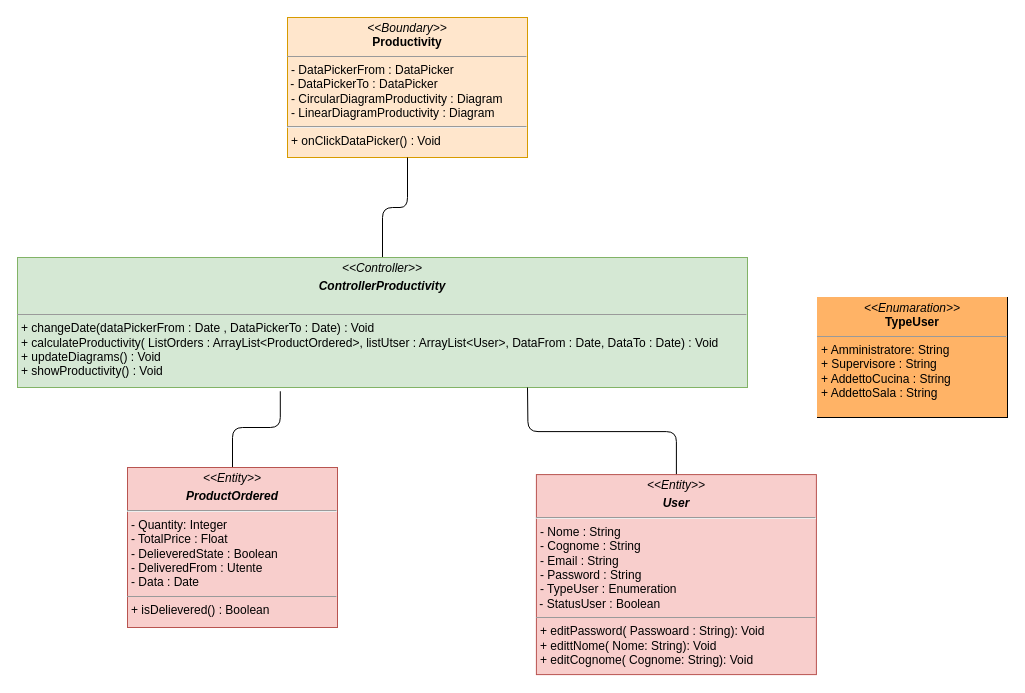
This is page "VisualizzaProduttività" (3 of 8) of Documentazione/Class Diagram/Class Diagram.drawio from Chriss1618/ProgettoINGSW, a draw.io file, before an edit. Source tidied: cells renumbered, new cells numbered last; positions are measured from the earlier drawing's top-left corner, leaving out a move shared by most shapes. Both pictures are drawn from the tidied source at 100%, with x=0, y=0 at pixel (17, 17).
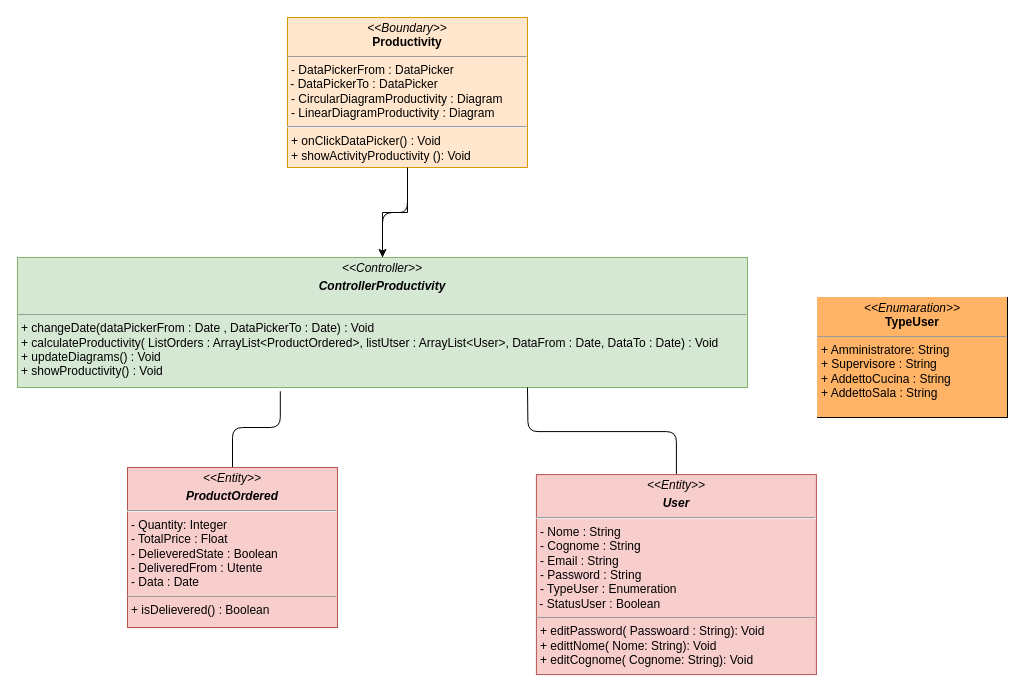
The same page after the edit.

Commit message (it also covers changes not shown here):
Aggiusto 2 al class diagram :)

Diff of the diagram source:
```diff
@@
 <mxGraphModel>
   <root>
     <mxCell id="0" />
     <mxCell id="1" parent="0" />
+    <mxCell id="10" style="edgeStyle=orthogonalEdgeStyle;rounded=0;jettySize=auto;html=1;" parent="1" edge="1" source="2" target="4">
+      <mxGeometry relative="1" as="geometry" />
+    </mxCell>
-    <mxCell id="2" value="&lt;p style=&quot;margin:0px;margin-top:4px;text-align:center;&quot;&gt;&lt;i&gt;&amp;lt;&amp;lt;Boundary&amp;gt;&amp;gt;&lt;/i&gt;&lt;br&gt;&lt;b&gt;Productivity&lt;/b&gt;&lt;/p&gt;&lt;hr size=&quot;1&quot;&gt;&lt;p style=&quot;margin:0px;margin-left:4px;&quot;&gt;- DataPickerFrom : DataPicker&lt;/p&gt;&amp;nbsp;- DataPicker&lt;span style=&quot;background-color: initial;&quot;&gt;To : DataPicker&lt;/span&gt;&lt;br&gt;&lt;p style=&quot;margin:0px;margin-left:4px;&quot;&gt;- CircularDiagramProductivity : Diagram&amp;nbsp;&lt;/p&gt;&lt;p style=&quot;margin:0px;margin-left:4px;&quot;&gt;- LinearDiagramProductivity : Diagram&amp;nbsp;&lt;br&gt;&lt;/p&gt;&lt;hr&gt;&lt;p style=&quot;margin:0px;margin-left:4px;&quot;&gt;&lt;/p&gt;&lt;p style=&quot;margin:0px;margin-left:4px;&quot;&gt;+ onClickDataPicker() : Void&lt;/p&gt;" style="verticalAlign=top;align=left;overflow=fill;fontSize=12;fontFamily=Helvetica;html=1;fillColor=#ffe6cc;strokeColor=#d79b00;" parent="1" vertex="1">
-      <mxGeometry x="270" width="240" height="140" as="geometry" />
+    <mxCell id="2" value="&lt;p style=&quot;margin:0px;margin-top:4px;text-align:center;&quot;&gt;&lt;i&gt;&amp;lt;&amp;lt;Boundary&amp;gt;&amp;gt;&lt;/i&gt;&lt;br&gt;&lt;b&gt;Productivity&lt;/b&gt;&lt;/p&gt;&lt;hr size=&quot;1&quot;&gt;&lt;p style=&quot;margin:0px;margin-left:4px;&quot;&gt;- DataPickerFrom : DataPicker&lt;/p&gt;&amp;nbsp;- DataPicker&lt;span style=&quot;background-color: initial;&quot;&gt;To : DataPicker&lt;/span&gt;&lt;br&gt;&lt;p style=&quot;margin:0px;margin-left:4px;&quot;&gt;- CircularDiagramProductivity : Diagram&amp;nbsp;&lt;/p&gt;&lt;p style=&quot;margin:0px;margin-left:4px;&quot;&gt;- LinearDiagramProductivity : Diagram&amp;nbsp;&lt;br&gt;&lt;/p&gt;&lt;hr&gt;&lt;p style=&quot;margin:0px;margin-left:4px;&quot;&gt;&lt;/p&gt;&lt;p style=&quot;margin:0px;margin-left:4px;&quot;&gt;+ onClickDataPicker() : Void&lt;/p&gt;&lt;p style=&quot;margin:0px;margin-left:4px;&quot;&gt;+ showActivityProductivity (): Void&lt;br&gt;&lt;/p&gt;" style="verticalAlign=top;align=left;overflow=fill;fontSize=12;fontFamily=Helvetica;html=1;fillColor=#ffe6cc;strokeColor=#d79b00;" parent="1" vertex="1">
+      <mxGeometry x="270" width="240" height="150" as="geometry" />
     </mxCell>
     <mxCell id="3" style="edgeStyle=orthogonalEdgeStyle;rounded=1;jettySize=auto;html=1;exitX=0.5;exitY=0;exitDx=0;exitDy=0;entryX=0.5;entryY=1;entryDx=0;entryDy=0;endArrow=none;endFill=0;" parent="1" edge="1" source="4" target="2">
       <mxGeometry relative="1" as="geometry" />
     </mxCell>
     <mxCell id="4" value="&lt;p style=&quot;margin:0px;margin-top:4px;text-align:center;&quot;&gt;&lt;i&gt;&amp;lt;&amp;lt;Controller&amp;gt;&amp;gt;&lt;/i&gt;&lt;br&gt;&lt;/p&gt;&lt;p style=&quot;margin:0px;margin-top:4px;text-align:center;&quot;&gt;&lt;i&gt;&lt;b&gt;ControllerProductivity&lt;/b&gt;&lt;/i&gt;&lt;/p&gt;&lt;br&gt;&lt;hr size=&quot;1&quot;&gt;&lt;p style=&quot;margin:0px;margin-left:4px;&quot;&gt;&lt;span style=&quot;background-color: initial;&quot;&gt;+ changeDate(dataPickerFrom : Date , DataPickerTo : Date) : Void&lt;/span&gt;&lt;/p&gt;&lt;p style=&quot;margin:0px;margin-left:4px;&quot;&gt;+ calculateProductivity( ListOrders : ArrayList&amp;lt;ProductOrdered&amp;gt;, listUtser : ArrayList&amp;lt;User&amp;gt;, DataFrom : Date, DataTo : Date) : Void&lt;span style=&quot;background-color: initial;&quot;&gt;&lt;br&gt;&lt;/span&gt;&lt;/p&gt;&lt;p style=&quot;margin:0px;margin-left:4px;&quot;&gt;+ updateDiagrams() : Void&lt;br&gt;&lt;/p&gt;&lt;p style=&quot;margin:0px;margin-left:4px;&quot;&gt;+ showProductivity() : Void&lt;/p&gt;" style="verticalAlign=top;align=left;overflow=fill;fontSize=12;fontFamily=Helvetica;html=1;fillColor=#d5e8d4;strokeColor=#82b366;" parent="1" vertex="1">
       <mxGeometry y="240" width="730" height="130" as="geometry" />
     </mxCell>
     <mxCell id="5" style="edgeStyle=orthogonalEdgeStyle;rounded=1;jettySize=auto;html=1;exitX=0.5;exitY=0;exitDx=0;exitDy=0;entryX=0.36;entryY=1.029;entryDx=0;entryDy=0;entryPerimeter=0;endArrow=none;endFill=0;" parent="1" edge="1" source="6" target="4">
       <mxGeometry relative="1" as="geometry" />
     </mxCell>
     <mxCell id="6" value="&lt;p style=&quot;margin:0px;margin-top:4px;text-align:center;&quot;&gt;&lt;i&gt;&amp;lt;&amp;lt;Entity&amp;gt;&amp;gt;&lt;/i&gt;&lt;br&gt;&lt;/p&gt;&lt;p style=&quot;margin:0px;margin-top:4px;text-align:center;&quot;&gt;&lt;b&gt;&lt;i&gt;ProductOrdered&lt;/i&gt;&lt;/b&gt;&lt;/p&gt;&lt;hr&gt;&lt;p style=&quot;margin:0px;margin-left:4px;&quot;&gt;- Quantity: Integer&lt;/p&gt;&lt;p style=&quot;margin:0px;margin-left:4px;&quot;&gt;- TotalPrice : Float&lt;/p&gt;&lt;p style=&quot;margin:0px;margin-left:4px;&quot;&gt;- DelieveredState : Boolean&lt;/p&gt;&lt;p style=&quot;margin:0px;margin-left:4px;&quot;&gt;- DeliveredFrom : Utente&lt;/p&gt;&lt;p style=&quot;margin:0px;margin-left:4px;&quot;&gt;- Data : Date&lt;/p&gt;&lt;hr size=&quot;1&quot;&gt;&lt;p style=&quot;margin:0px;margin-left:4px;&quot;&gt;+ isDelievered() : Boolean&lt;br&gt;&lt;/p&gt;" style="verticalAlign=top;align=left;overflow=fill;fontSize=12;fontFamily=Helvetica;html=1;fillColor=#f8cecc;strokeColor=#b85450;" parent="1" vertex="1">
       <mxGeometry x="110" y="450" width="210" height="160" as="geometry" />
     </mxCell>
     <mxCell id="7" style="edgeStyle=orthogonalEdgeStyle;rounded=1;jettySize=auto;html=1;exitX=0.5;exitY=0;exitDx=0;exitDy=0;entryX=0.784;entryY=1.022;entryDx=0;entryDy=0;entryPerimeter=0;endArrow=none;endFill=0;" parent="1" edge="1" source="8">
       <mxGeometry relative="1" as="geometry">
         <mxPoint x="510" y="370" as="targetPoint" />
       </mxGeometry>
     </mxCell>
     <mxCell id="8" value="&lt;p style=&quot;margin:0px;margin-top:4px;text-align:center;&quot;&gt;&lt;i&gt;&amp;lt;&amp;lt;Entity&amp;gt;&amp;gt;&lt;/i&gt;&lt;br&gt;&lt;/p&gt;&lt;p style=&quot;margin:0px;margin-top:4px;text-align:center;&quot;&gt;&lt;i&gt;&lt;b&gt;User&lt;/b&gt;&lt;/i&gt;&lt;/p&gt;&lt;hr&gt;&lt;p style=&quot;margin:0px;margin-left:4px;&quot;&gt;- Nome : String&lt;br&gt;&lt;/p&gt;&lt;p style=&quot;margin:0px;margin-left:4px;&quot;&gt;- Cognome : String&lt;/p&gt;&lt;p style=&quot;margin:0px;margin-left:4px;&quot;&gt;- Email : String&lt;/p&gt;&lt;p style=&quot;margin:0px;margin-left:4px;&quot;&gt;- Password : String&lt;/p&gt;&lt;p style=&quot;margin:0px;margin-left:4px;&quot;&gt;- TypeUser : Enumeration&lt;/p&gt;&amp;nbsp;- StatusUser : Boolean&lt;br&gt;&lt;hr size=&quot;1&quot;&gt;&lt;p style=&quot;margin:0px;margin-left:4px;&quot;&gt;+ editPassword( Passwoard : String): Void&lt;br&gt;&lt;/p&gt;&lt;p style=&quot;margin:0px;margin-left:4px;&quot;&gt;+ edittNome( Nome: String): Void&lt;br&gt;&lt;/p&gt;&lt;p style=&quot;margin:0px;margin-left:4px;&quot;&gt;+ editCognome( Cognome: String): Void&lt;br&gt;&lt;/p&gt;" style="verticalAlign=top;align=left;overflow=fill;fontSize=12;fontFamily=Helvetica;html=1;fillColor=#f8cecc;strokeColor=#b85450;" parent="1" vertex="1">
       <mxGeometry x="518.9" y="457.1" width="280" height="200" as="geometry" />
     </mxCell>
     <mxCell id="9" value="&lt;p style=&quot;margin:0px;margin-top:4px;text-align:center;&quot;&gt;&lt;i&gt;&amp;lt;&amp;lt;Enumaration&amp;gt;&amp;gt;&lt;/i&gt;&lt;br&gt;&lt;b&gt;TypeUser&lt;/b&gt;&lt;/p&gt;&lt;hr size=&quot;1&quot;&gt;&lt;p style=&quot;margin:0px;margin-left:4px;&quot;&gt;+ Amministratore: String&lt;br&gt;+ Supervisore : String&lt;/p&gt;&lt;p style=&quot;margin:0px;margin-left:4px;&quot;&gt;+ AddettoCucina : String&lt;/p&gt;&lt;p style=&quot;margin:0px;margin-left:4px;&quot;&gt;+ AddettoSala : String&lt;br&gt;&lt;/p&gt;" style="verticalAlign=top;align=left;overflow=fill;fontSize=12;fontFamily=Helvetica;html=1;labelBackgroundColor=#FFB366;" parent="1" vertex="1">
       <mxGeometry x="800" y="280" width="190" height="120" as="geometry" />
     </mxCell>
   </root>
 </mxGraphModel>
```
